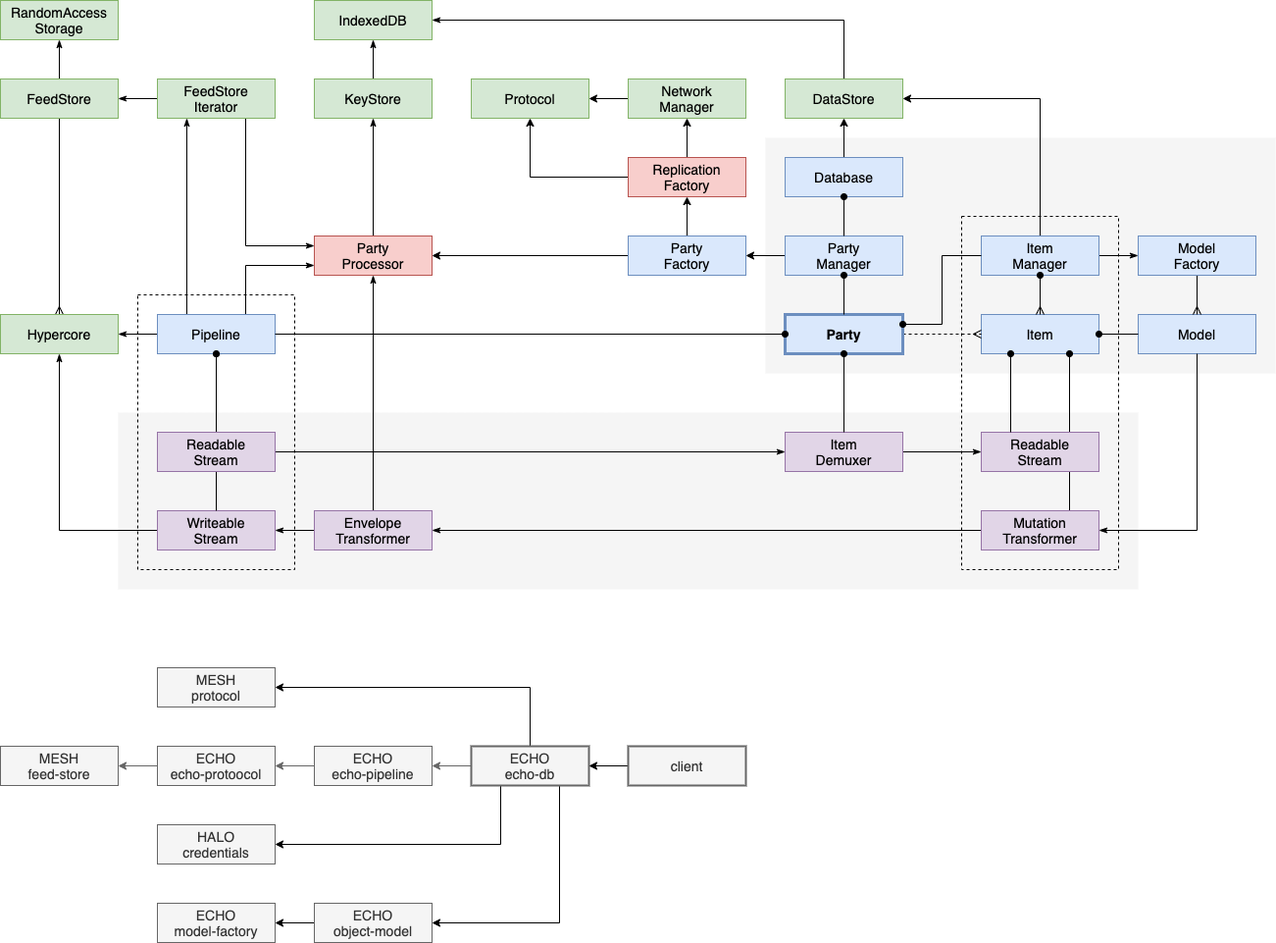
Before: docs/content/diagrams/data-processing.png, a diagram exported from draw.io (dxos/dxos). Source tidied: cells renumbered, new cells last; positions are measured from the earlier drawing's top-left corner, leaving out a move shared by most shapes.
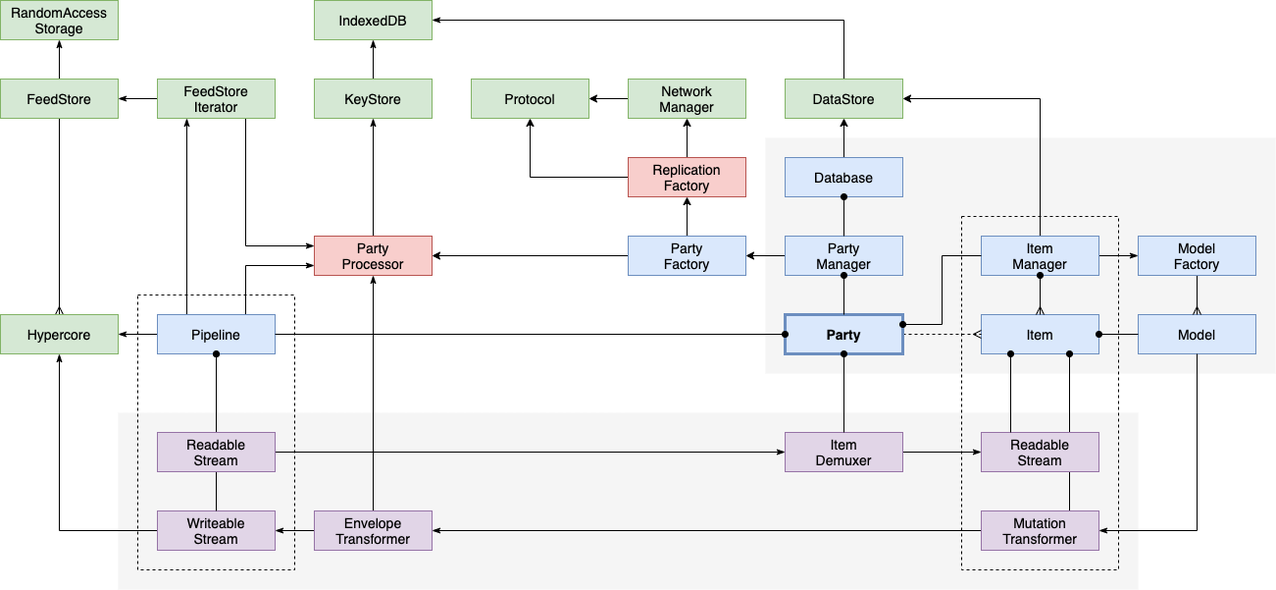
Above is the later version.

Diff of the diagram source:
```diff
@@ -182,57 +182,6 @@
     <mxCell id="61" style="edgeStyle=orthogonalEdgeStyle;rounded=0;jettySize=auto;html=1;startArrow=oval;startFill=1;endArrow=none;endFill=0;fontSize=14;exitX=0.5;exitY=1;exitDx=0;exitDy=0;" parent="1" edge="1" source="59" target="14">
       <mxGeometry relative="1" as="geometry" />
     </mxCell>
-    <mxCell id="62" value="HALO&lt;br&gt;credentials" style="rounded=0;whiteSpace=wrap;html=1;fontSize=14;fontFamily=Helvetica;fillColor=#f5f5f5;strokeColor=#666666;fontColor=#333333;" parent="1" vertex="1">
-      <mxGeometry x="160" y="840" width="120" height="40" as="geometry" />
-    </mxCell>
-    <mxCell id="63" style="edgeStyle=orthogonalEdgeStyle;rounded=0;jettySize=auto;html=1;exitX=0;exitY=0.5;exitDx=0;exitDy=0;fillColor=#f5f5f5;strokeColor=#666666;" parent="1" edge="1" source="64" target="75">
-      <mxGeometry relative="1" as="geometry" />
-    </mxCell>
-    <mxCell id="64" value="ECHO&lt;br&gt;echo-protoocol" style="rounded=0;whiteSpace=wrap;html=1;fontSize=14;fontFamily=Helvetica;fillColor=#f5f5f5;strokeColor=#666666;fontColor=#333333;" parent="1" vertex="1">
-      <mxGeometry x="160" y="760" width="120" height="40" as="geometry" />
-    </mxCell>
-    <mxCell id="65" style="edgeStyle=orthogonalEdgeStyle;rounded=0;jettySize=auto;html=1;exitX=0;exitY=0.5;exitDx=0;exitDy=0;fillColor=#f5f5f5;strokeColor=#666666;" parent="1" edge="1" source="69" target="74">
-      <mxGeometry relative="1" as="geometry" />
-    </mxCell>
-    <mxCell id="66" style="edgeStyle=orthogonalEdgeStyle;rounded=0;jettySize=auto;html=1;exitX=0.75;exitY=1;exitDx=0;exitDy=0;entryX=1;entryY=0.5;entryDx=0;entryDy=0;" parent="1" edge="1" source="69" target="72">
-      <mxGeometry relative="1" as="geometry" />
-    </mxCell>
-    <mxCell id="67" style="edgeStyle=orthogonalEdgeStyle;rounded=0;jettySize=auto;html=1;exitX=0.25;exitY=1;exitDx=0;exitDy=0;entryX=1;entryY=0.5;entryDx=0;entryDy=0;" parent="1" edge="1" source="69" target="62">
-      <mxGeometry relative="1" as="geometry" />
-    </mxCell>
-    <mxCell id="68" style="edgeStyle=orthogonalEdgeStyle;rounded=0;jettySize=auto;html=1;exitX=0.5;exitY=0;exitDx=0;exitDy=0;entryX=1;entryY=0.5;entryDx=0;entryDy=0;" parent="1" edge="1" source="69" target="76">
-      <mxGeometry relative="1" as="geometry" />
-    </mxCell>
-    <mxCell id="69" value="ECHO&lt;br&gt;echo-db" style="rounded=0;whiteSpace=wrap;html=1;fontSize=14;fontFamily=Helvetica;fillColor=#f5f5f5;strokeColor=#666666;fontColor=#333333;strokeWidth=2;" parent="1" vertex="1">
-      <mxGeometry x="480" y="760" width="120" height="40" as="geometry" />
-    </mxCell>
-    <mxCell id="70" value="ECHO&lt;br&gt;model-factory" style="rounded=0;whiteSpace=wrap;html=1;fontSize=14;fontFamily=Helvetica;fillColor=#f5f5f5;strokeColor=#666666;fontColor=#333333;" parent="1" vertex="1">
-      <mxGeometry x="160" y="920" width="120" height="40" as="geometry" />
-    </mxCell>
-    <mxCell id="71" style="edgeStyle=orthogonalEdgeStyle;rounded=0;jettySize=auto;html=1;exitX=0;exitY=0.5;exitDx=0;exitDy=0;" parent="1" edge="1" source="72" target="70">
-      <mxGeometry relative="1" as="geometry" />
-    </mxCell>
-    <mxCell id="72" value="ECHO&lt;br&gt;object-model" style="rounded=0;whiteSpace=wrap;html=1;fontSize=14;fontFamily=Helvetica;fillColor=#f5f5f5;strokeColor=#666666;fontColor=#333333;" parent="1" vertex="1">
-      <mxGeometry x="320" y="920" width="120" height="40" as="geometry" />
-    </mxCell>
-    <mxCell id="73" style="edgeStyle=orthogonalEdgeStyle;rounded=0;jettySize=auto;html=1;exitX=0;exitY=0.5;exitDx=0;exitDy=0;fillColor=#f5f5f5;strokeColor=#666666;" parent="1" edge="1" source="74" target="64">
-      <mxGeometry relative="1" as="geometry" />
-    </mxCell>
-    <mxCell id="74" value="ECHO&lt;br&gt;echo-pipeline" style="rounded=0;whiteSpace=wrap;html=1;fontSize=14;fontFamily=Helvetica;fillColor=#f5f5f5;strokeColor=#666666;fontColor=#333333;" parent="1" vertex="1">
-      <mxGeometry x="320" y="760" width="120" height="40" as="geometry" />
-    </mxCell>
-    <mxCell id="75" value="MESH&lt;br&gt;feed-store" style="rounded=0;whiteSpace=wrap;html=1;fontSize=14;fontFamily=Helvetica;fillColor=#f5f5f5;strokeColor=#666666;fontColor=#333333;" parent="1" vertex="1">
-      <mxGeometry y="760" width="120" height="40" as="geometry" />
-    </mxCell>
-    <mxCell id="76" value="MESH&lt;br&gt;protocol" style="rounded=0;whiteSpace=wrap;html=1;fontSize=14;fontFamily=Helvetica;fillColor=#f5f5f5;strokeColor=#666666;fontColor=#333333;" parent="1" vertex="1">
-      <mxGeometry x="160" y="680" width="120" height="40" as="geometry" />
-    </mxCell>
-    <mxCell id="77" style="edgeStyle=orthogonalEdgeStyle;rounded=0;jettySize=auto;html=1;exitX=0;exitY=0.5;exitDx=0;exitDy=0;" parent="1" edge="1" source="78" target="69">
-      <mxGeometry relative="1" as="geometry" />
-    </mxCell>
-    <mxCell id="78" value="client" style="rounded=0;whiteSpace=wrap;html=1;fontSize=14;fontFamily=Helvetica;fillColor=#f5f5f5;strokeColor=#666666;fontColor=#333333;strokeWidth=2;" parent="1" vertex="1">
-      <mxGeometry x="640" y="760" width="120" height="40" as="geometry" />
-    </mxCell>
     <mxCell id="79" style="edgeStyle=orthogonalEdgeStyle;rounded=0;jettySize=auto;html=1;exitX=0.5;exitY=0;exitDx=0;exitDy=0;" parent="1" edge="1" source="81" target="86">
       <mxGeometry relative="1" as="geometry" />
     </mxCell>
```
